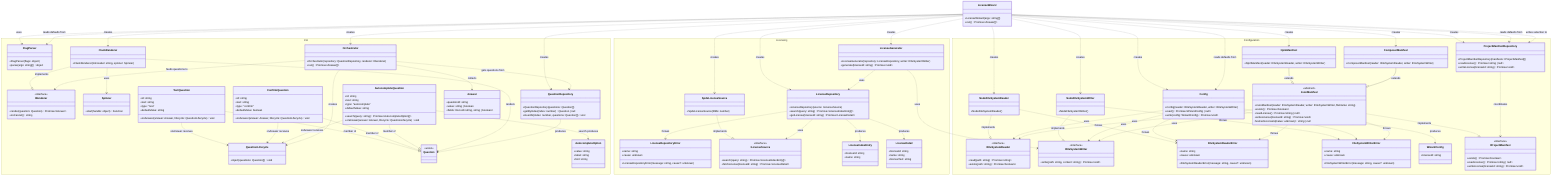
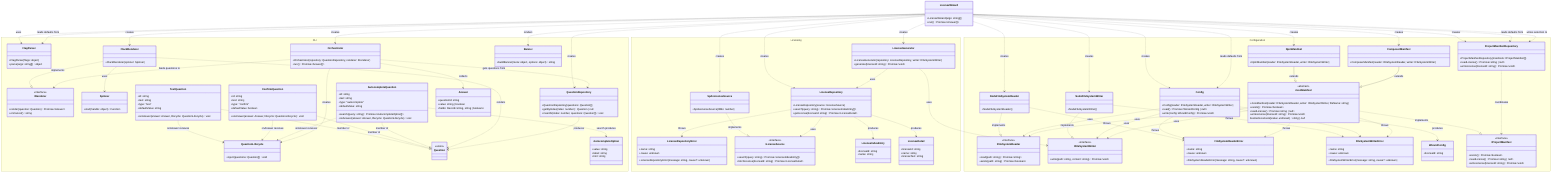
classDiagram
  direction TB

  class LicenseWizard {
    +LicenseWizard(args: string[])
    +run() Promise~Answer[]~
  }

  namespace CLI {
    class FlagParser {
      +FlagParser(flags: object)
      +parse(args: string[]) object
    }

    class Orchestrator {
      +Orchestrator(repository: QuestionRepository, renderer: IRenderer)
      +run() Promise~Answer[]~
    }

    class IRenderer {
      <<interface>>
      +render(question: Question) Promise~Answer~
      +onCancel() string
    }

    class ClackRenderer {
-       +ClackRenderer(introLabel: string, spinner: Spinner)
+       +ClackRenderer(spinner: Spinner)
+     }
+ 
+     class Banner {
+       +buildBanner(meta: object, options: object) string
    }

    class Spinner {
      +start(handle: object) Function
    }

    class QuestionRepository {
      +QuestionRepository(questions: Question[])
      +getByIndex(index: number) Question | null
      +insertAt(index: number, questions: Question[]) void
    }

    class QuestionLifecycle {
      +inject(questions: Question[]) void
    }

    class Question {
      <<union>>
    }

    class TextQuestion {
      +id: string
      +text: string
      +type: "text"
      +defaultValue: string
      +onAnswer(answer: Answer, lifecycle: QuestionLifecycle) void
    }

    class ConfirmQuestion {
      +id: string
      +text: string
      +type: "confirm"
      +defaultValue: boolean
      +onAnswer(answer: Answer, lifecycle: QuestionLifecycle) void
    }

    class AutocompleteQuestion {
      +id: string
      +text: string
      +type: "autocomplete"
      +defaultValue: string
      +search(query: string) Promise~AutocompleteOption[]~
      +onAnswer(answer: Answer, lifecycle: QuestionLifecycle) void
    }

    class AutocompleteOption {
      +value: string
      +label: string
      +hint: string
    }

    class Answer {
      +questionId: string
      +value: string | boolean
      +fields: Record~string, string | boolean~
    }
  }

  namespace Licensing {
    class LicenseRepository {
      +LicenseRepository(source: ILicenseSource)
      +search(query: string) Promise~LicenseIndexEntry[]~
      +getLicense(licenseId: string) Promise~LicenseDetail~
    }

    class LicenseRepositoryError {
      +name: string
      +cause: unknown
      +LicenseRepositoryError(message: string, cause?: unknown)
    }

    class ILicenseSource {
      <<interface>>
      +search(query: string) Promise~LicenseIndexEntry[]~
      +fetchLicense(licenseId: string) Promise~LicenseDetail~
    }

    class SpdxLicenseSource {
      +SpdxLicenseSource(ttlMs: number)
    }

    class LicenseIndexEntry {
      +licenseId: string
      +name: string
    }

    class LicenseDetail {
      +licenseId: string
      +name: string
      +licenseText: string
    }

    class LicenseGenerator {
      +LicenseGenerator(repository: LicenseRepository, writer: IFileSystemWriter)
      +generate(licenseId: string) Promise~void~
    }
  }

  namespace Configuration {
    class IFileSystemReader {
      <<interface>>
      +read(path: string) Promise~string~
      +exists(path: string) Promise~boolean~
    }

    class IFileSystemWriter {
      <<interface>>
      +write(path: string, content: string) Promise~void~
    }

    class NodeFileSystemReader {
      +NodeFileSystemReader()
    }

    class NodeFileSystemWriter {
      +NodeFileSystemWriter()
    }

    class FileSystemReaderError {
      +name: string
      +cause: unknown
      +FileSystemReaderError(message: string, cause?: unknown)
    }

    class FileSystemWriterError {
      +name: string
      +cause: unknown
      +FileSystemWriterError(message: string, cause?: unknown)
    }

    class WizardConfig {
      +licenseId: string
    }

    class Config {
      +Config(reader: IFileSystemReader, writer: IFileSystemWriter)
      +read() Promise~WizardConfig | null~
      +write(config: WizardConfig) Promise~void~
    }

    class IProjectManifest {
      <<interface>>
      +exists() Promise~boolean~
      +readLicense() Promise~string | null~
      +writeLicense(licenseId: string) Promise~void~
    }

    class JsonManifest {
      <<abstract>>
      +JsonManifest(reader: IFileSystemReader, writer: IFileSystemWriter, fileName: string)
      +exists() Promise~boolean~
      +readLicense() Promise~string | null~
      +writeLicense(licenseId: string) Promise~void~
      #extractLicenseId(value: unknown)* string | null
    }

    class NpmManifest {
      +NpmManifest(reader: IFileSystemReader, writer: IFileSystemWriter)
    }

    class ComposerManifest {
      +ComposerManifest(reader: IFileSystemReader, writer: IFileSystemWriter)
    }

    class ProjectManifestRepository {
      +ProjectManifestRepository(manifests: IProjectManifest[])
      +readLicense() Promise~string | null~
      +writeLicense(licenseId: string) Promise~void~
    }
  }

  TextQuestion ..|> Question : member of
  ConfirmQuestion ..|> Question : member of
  AutocompleteQuestion ..|> Question : member of
  TextQuestion ..> QuestionLifecycle : onAnswer receives
  ConfirmQuestion ..> QuestionLifecycle : onAnswer receives
  AutocompleteQuestion ..> QuestionLifecycle : onAnswer receives
  Orchestrator ..> QuestionLifecycle : creates
  ClackRenderer ..|> IRenderer : implements
  ClackRenderer ..> Spinner : uses
  LicenseWizard ..> FlagParser : uses
  LicenseWizard ..> FlagParser : reads defaults from
  LicenseWizard ..> QuestionRepository : creates
  LicenseWizard ..> ClackRenderer : creates
+   LicenseWizard ..> Banner : renders
  LicenseWizard ..> Orchestrator : creates
  LicenseWizard ..> SpdxLicenseSource : creates
  LicenseWizard ..> LicenseRepository : creates
  LicenseWizard ..> LicenseGenerator : creates
  Orchestrator ..> QuestionRepository : gets questions from
  Orchestrator ..> IRenderer : feeds questions to
  ClackRenderer ..> Question : renders
  QuestionRepository ..> Question : produces
  AutocompleteQuestion ..> AutocompleteOption : search produces
  Orchestrator ..> Answer : collects
  SpdxLicenseSource ..|> ILicenseSource : implements
  LicenseRepository ..> ILicenseSource : uses
  LicenseRepository ..> LicenseIndexEntry : produces
  LicenseRepository ..> LicenseDetail : produces
  LicenseRepository ..> LicenseRepositoryError : throws
  LicenseGenerator ..> LicenseRepository : uses
  LicenseGenerator ..> IFileSystemWriter : uses
  NodeFileSystemReader ..|> IFileSystemReader : implements
  NodeFileSystemWriter ..|> IFileSystemWriter : implements
  NodeFileSystemReader ..> FileSystemReaderError : throws
  NodeFileSystemWriter ..> FileSystemWriterError : throws
  Config ..> IFileSystemReader : uses
  Config ..> IFileSystemWriter : uses
  Config ..> WizardConfig : produces
  Config ..> FileSystemReaderError : throws
  Config ..> FileSystemWriterError : throws
  JsonManifest ..|> IProjectManifest : implements
  NpmManifest --|> JsonManifest : extends
  ComposerManifest --|> JsonManifest : extends
  JsonManifest ..> IFileSystemReader : uses
  JsonManifest ..> IFileSystemWriter : uses
  JsonManifest ..> FileSystemReaderError : throws
  JsonManifest ..> FileSystemWriterError : throws
  ProjectManifestRepository ..> IProjectManifest : coordinates
  LicenseWizard ..> NodeFileSystemReader : creates
  LicenseWizard ..> NodeFileSystemWriter : creates
  LicenseWizard ..> Config : creates
  LicenseWizard ..> Config : reads defaults from
  LicenseWizard ..> NpmManifest : creates
  LicenseWizard ..> ComposerManifest : creates
  LicenseWizard ..> ProjectManifestRepository : creates
  LicenseWizard ..> ProjectManifestRepository : reads defaults from
  LicenseWizard ..> ProjectManifestRepository : writes selection to
